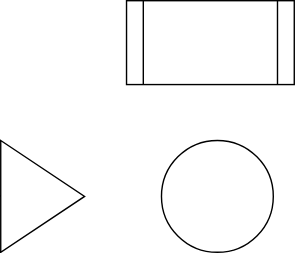
serodriguez68/react-cheatsheet-udemy-2019 keeps this draw.io diagram as diagrams/test.svg. Above is the earlier version. Source tidied: cells renumbered, new cells last; positions are measured from the earlier drawing's top-left corner, leaving out a move shared by most shapes.
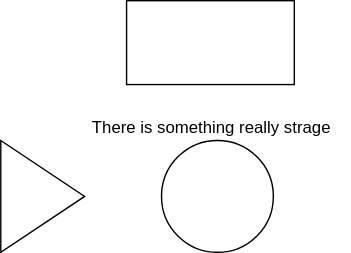
After the change.

Change to the diagram source:
```diff
@@ -2,7 +2,7 @@
   <root>
     <mxCell id="0" />
     <mxCell id="1" parent="0" />
-    <mxCell id="2" style="shape=process;whiteSpace=wrap;html=1;backgroundOutline=1;" parent="1" vertex="1">
+    <mxCell id="2" style="text;html=1;strokeColor=#000000;fillColor=#ffffff;align=center;verticalAlign=middle;whiteSpace=wrap;rounded=0;fontFamily=Helvetica;fontSize=12;fontColor=#000000;" parent="1" vertex="1">
       <mxGeometry x="90" width="120" height="60" as="geometry" />
     </mxCell>
     <mxCell id="3" style="ellipse;whiteSpace=wrap;html=1;" parent="1" vertex="1">
@@ -11,5 +11,8 @@
     <mxCell id="4" style="triangle;whiteSpace=wrap;html=1;" parent="1" vertex="1">
       <mxGeometry y="100" width="60" height="80" as="geometry" />
     </mxCell>
+    <mxCell id="5" value="There is something really strage" style="text;html=1;strokeColor=none;fillColor=none;align=center;verticalAlign=middle;whiteSpace=wrap;rounded=0;" parent="1" vertex="1">
+      <mxGeometry x="50" y="80" width="200" height="20" as="geometry" />
+    </mxCell>
   </root>
 </mxGraphModel>
```
